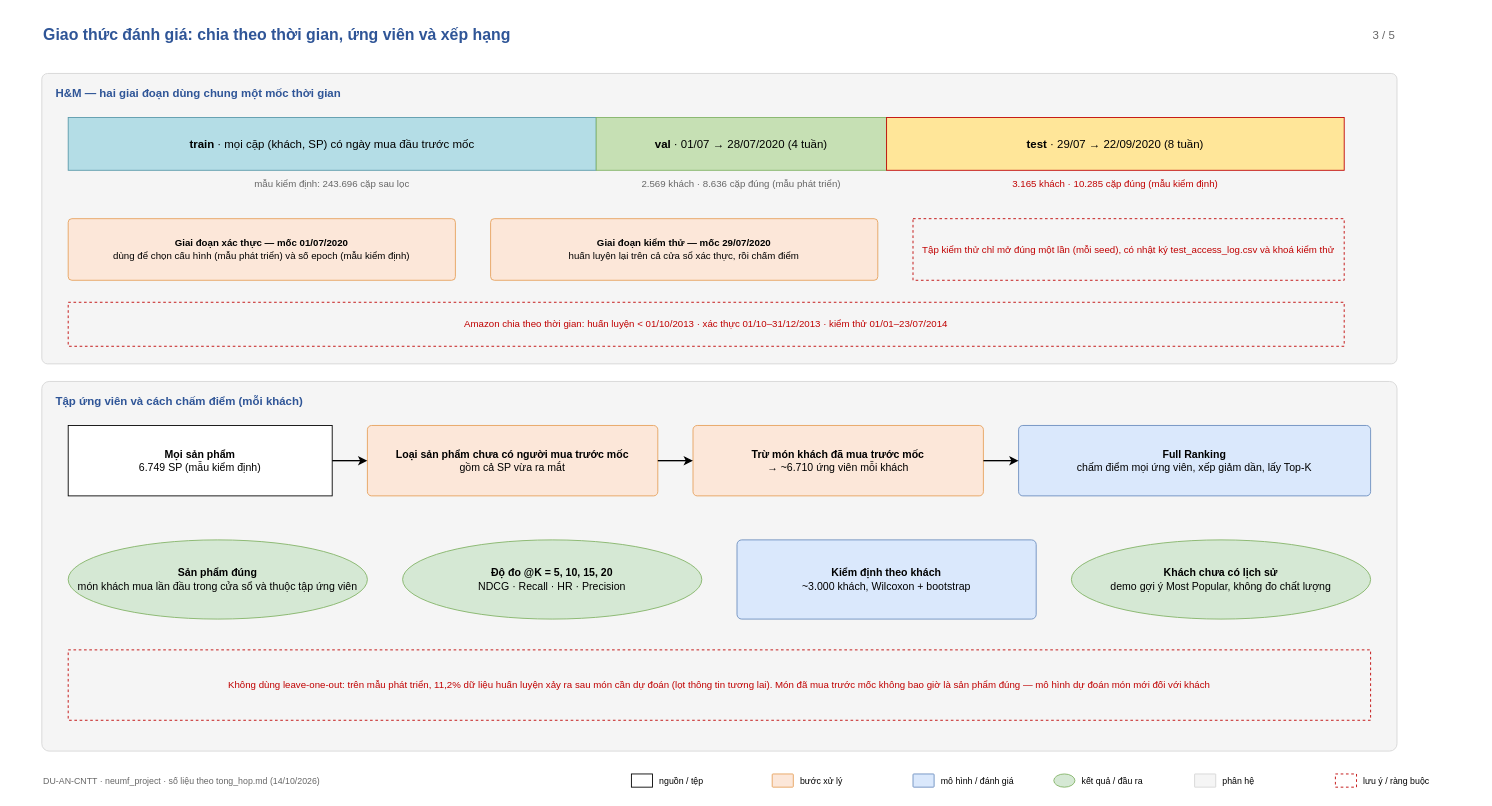
The draw.io diagram page "Chia dữ liệu theo thời gian" (3 of 5) of pipeline_neumf_5trang.drawio in sulinh3625/DU-AN-CNTT, before the edit. Source tidied: cells renumbered, new cells numbered last; positions are measured from the earlier drawing's top-left corner, leaving out a move shared by most shapes. Both pictures are drawn from the tidied source at 88%, with x=0, y=0 at pixel (41, 22).
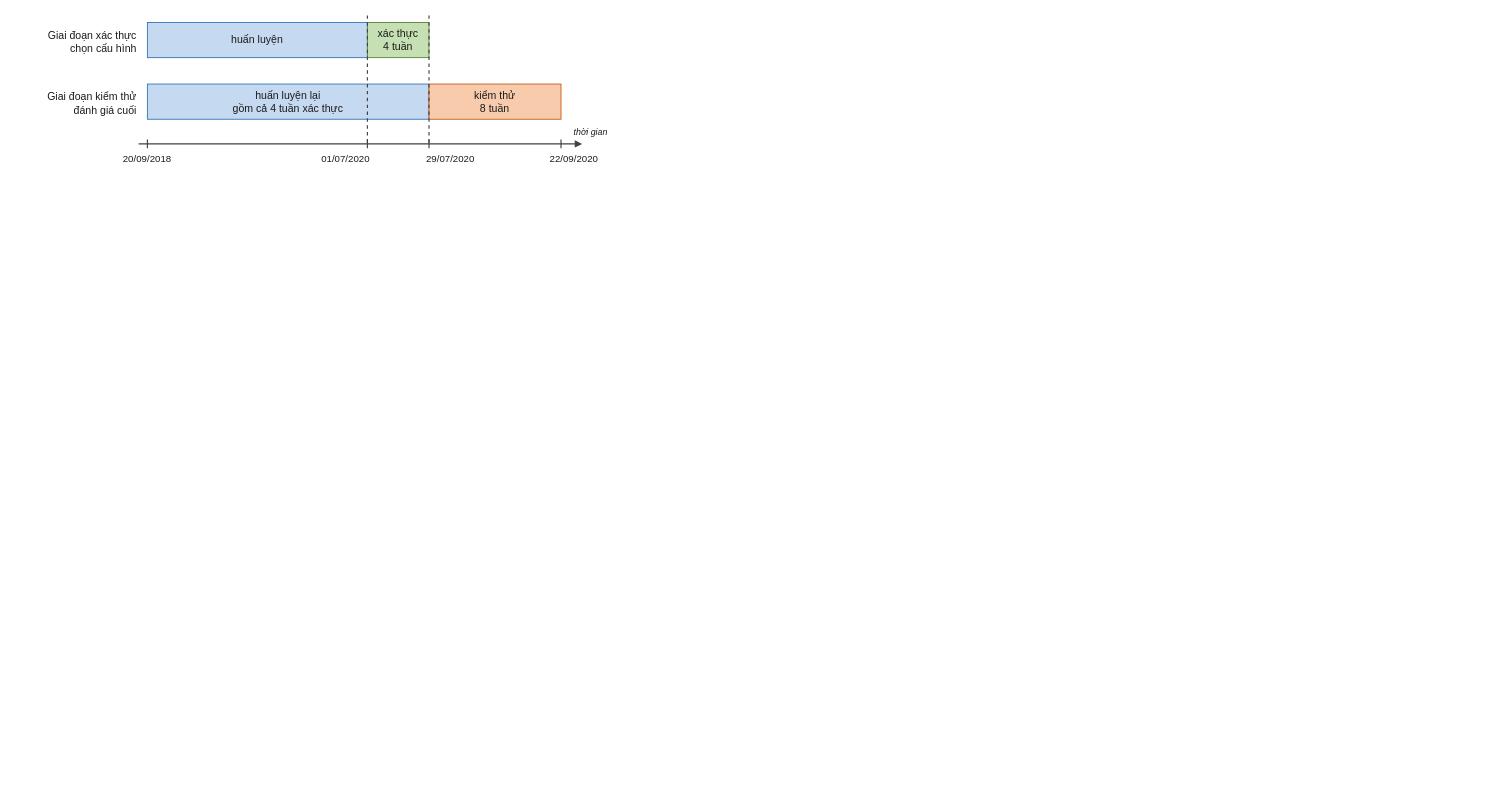
Above is the later version.

Diff of the diagram source:
```diff
@@
-<mxGraphModel background="#FFFFFF">
+<mxGraphModel>
@@
-    <mxCell id="2" value="&lt;b&gt;Giao thức đánh giá: chia theo thời gian, ứng viên và xếp hạng&lt;/b&gt;" style="fontFamily=Helvetica;html=1;whiteSpace=wrap;text;strokeColor=none;fillColor=none;verticalAlign=middle;align=left;fontSize=18;fontColor=#2F5597;" parent="1" vertex="1">
-      <mxGeometry width="1380" height="28" as="geometry" />
-    </mxCell>
-    <mxCell id="3" value="3 / 5" style="fontFamily=Helvetica;html=1;whiteSpace=wrap;text;strokeColor=none;fillColor=none;verticalAlign=middle;align=right;fontSize=13;fontColor=#666666;" parent="1" vertex="1">
-      <mxGeometry x="1420" width="120" height="28" as="geometry" />
-    </mxCell>
-    <mxCell id="4" value="DU-AN-CNTT · neumf_project · số liệu theo tong_hop.md (14/10/2026)" style="fontFamily=Helvetica;html=1;whiteSpace=wrap;text;strokeColor=none;fillColor=none;verticalAlign=middle;align=left;fontSize=10;fontColor=#666666;" parent="1" vertex="1">
-      <mxGeometry y="850" width="640" height="24" as="geometry" />
-    </mxCell>
-    <mxCell id="5" style="fontFamily=Helvetica;html=1;whiteSpace=wrap;rounded=0;fillColor=#FFFFFF;strokeColor=#000000;align=center;verticalAlign=middle;spacing=4;fontSize=12;" parent="1" vertex="1">
-      <mxGeometry x="670" y="854" width="24" height="15" as="geometry" />
-    </mxCell>
-    <mxCell id="6" value="nguồn / tệp" style="fontFamily=Helvetica;html=1;whiteSpace=wrap;text;strokeColor=none;fillColor=none;verticalAlign=middle;align=left;fontSize=10;fontColor=#000000;" parent="1" vertex="1">
-      <mxGeometry x="700" y="852" width="130" height="20" as="geometry" />
-    </mxCell>
-    <mxCell id="7" style="fontFamily=Helvetica;html=1;whiteSpace=wrap;rounded=1;arcSize=6;fillColor=#FCE7D9;strokeColor=#E6A15C;align=center;verticalAlign=middle;spacing=4;fontSize=12;" parent="1" vertex="1">
-      <mxGeometry x="830" y="854" width="24" height="15" as="geometry" />
-    </mxCell>
-    <mxCell id="8" value="bước xử lý" style="fontFamily=Helvetica;html=1;whiteSpace=wrap;text;strokeColor=none;fillColor=none;verticalAlign=middle;align=left;fontSize=10;fontColor=#000000;" parent="1" vertex="1">
-      <mxGeometry x="860" y="852" width="130" height="20" as="geometry" />
-    </mxCell>
-    <mxCell id="9" style="fontFamily=Helvetica;html=1;whiteSpace=wrap;rounded=1;arcSize=6;fillColor=#DAE8FC;strokeColor=#6C8EBF;align=center;verticalAlign=middle;spacing=4;fontSize=12;" parent="1" vertex="1">
-      <mxGeometry x="990" y="854" width="24" height="15" as="geometry" />
-    </mxCell>
-    <mxCell id="10" value="mô hình / đánh giá" style="fontFamily=Helvetica;html=1;whiteSpace=wrap;text;strokeColor=none;fillColor=none;verticalAlign=middle;align=left;fontSize=10;fontColor=#000000;" parent="1" vertex="1">
-      <mxGeometry x="1020" y="852" width="130" height="20" as="geometry" />
-    </mxCell>
-    <mxCell id="11" style="fontFamily=Helvetica;html=1;whiteSpace=wrap;shape=ellipse;perimeter=ellipsePerimeter;fillColor=#D5E8D4;strokeColor=#82B366;align=center;verticalAlign=middle;fontSize=12;" parent="1" vertex="1">
-      <mxGeometry x="1150" y="854" width="24" height="15" as="geometry" />
-    </mxCell>
-    <mxCell id="12" value="kết quả / đầu ra" style="fontFamily=Helvetica;html=1;whiteSpace=wrap;text;strokeColor=none;fillColor=none;verticalAlign=middle;align=left;fontSize=10;fontColor=#000000;" parent="1" vertex="1">
-      <mxGeometry x="1180" y="852" width="130" height="20" as="geometry" />
-    </mxCell>
-    <mxCell id="13" style="fontFamily=Helvetica;html=1;whiteSpace=wrap;rounded=1;arcSize=2;fillColor=#F5F5F5;strokeColor=#D6D6D6;fontStyle=1;fontColor=#2F5597;align=left;verticalAlign=top;spacingLeft=14;spacingTop=8;fontSize=12;" parent="1" vertex="1">
-      <mxGeometry x="1310" y="854" width="24" height="15" as="geometry" />
-    </mxCell>
-    <mxCell id="14" value="phân hệ" style="fontFamily=Helvetica;html=1;whiteSpace=wrap;text;strokeColor=none;fillColor=none;verticalAlign=middle;align=left;fontSize=10;fontColor=#000000;" parent="1" vertex="1">
-      <mxGeometry x="1340" y="852" width="130" height="20" as="geometry" />
-    </mxCell>
-    <mxCell id="15" style="fontFamily=Helvetica;html=1;whiteSpace=wrap;rounded=0;fillColor=#FFFFFF;strokeColor=#C00000;dashed=1;fillColor=none;align=center;verticalAlign=middle;spacing=4;fontSize=12;" parent="1" vertex="1">
-      <mxGeometry x="1470" y="854" width="24" height="15" as="geometry" />
-    </mxCell>
-    <mxCell id="16" value="lưu ý / ràng buộc" style="fontFamily=Helvetica;html=1;whiteSpace=wrap;text;strokeColor=none;fillColor=none;verticalAlign=middle;align=left;fontSize=10;fontColor=#000000;" parent="1" vertex="1">
-      <mxGeometry x="1500" y="852" width="130" height="20" as="geometry" />
-    </mxCell>
-    <mxCell id="17" value="H&amp;M — hai giai đoạn dùng chung một mốc thời gian" style="fontFamily=Helvetica;html=1;whiteSpace=wrap;rounded=1;arcSize=2;fillColor=#F5F5F5;strokeColor=#D6D6D6;fontStyle=1;fontColor=#2F5597;align=left;verticalAlign=top;spacingLeft=14;spacingTop=8;fontSize=13;" parent="1" vertex="1">
-      <mxGeometry y="58" width="1540" height="330" as="geometry" />
-    </mxCell>
-    <mxCell id="18" value="&lt;b&gt;train&lt;/b&gt; · mọi cặp (khách, SP) có ngày mua đầu trước mốc" style="fontFamily=Helvetica;html=1;whiteSpace=wrap;rounded=0;fillColor=#B4DDE6;strokeColor=#5A9AAA;align=center;verticalAlign=middle;fontSize=13;" parent="1" vertex="1">
-      <mxGeometry x="30" y="108" width="600" height="60" as="geometry" />
-    </mxCell>
-    <mxCell id="19" value="&lt;b&gt;val&lt;/b&gt; · 01/07 → 28/07/2020 (4 tuần)" style="fontFamily=Helvetica;html=1;whiteSpace=wrap;rounded=0;fillColor=#C6E0B4;strokeColor=#82B366;align=center;verticalAlign=middle;fontSize=13;" parent="1" vertex="1">
-      <mxGeometry x="630" y="108" width="330" height="60" as="geometry" />
-    </mxCell>
-    <mxCell id="20" value="&lt;b&gt;test&lt;/b&gt; · 29/07 → 22/09/2020 (8 tuần)" style="fontFamily=Helvetica;html=1;whiteSpace=wrap;rounded=0;fillColor=#FFE699;strokeColor=#C00000;align=center;verticalAlign=middle;fontSize=13;" parent="1" vertex="1">
-      <mxGeometry x="960" y="108" width="520" height="60" as="geometry" />
-    </mxCell>
-    <mxCell id="21" value="mẫu kiểm định: 243.696 cặp sau lọc" style="fontFamily=Helvetica;html=1;whiteSpace=wrap;text;strokeColor=none;fillColor=none;verticalAlign=middle;align=center;fontSize=11;fontColor=#666666;" parent="1" vertex="1">
-      <mxGeometry x="30" y="173" width="600" height="20" as="geometry" />
-    </mxCell>
-    <mxCell id="22" value="2.569 khách · 8.636 cặp đúng (mẫu phát triển)" style="fontFamily=Helvetica;html=1;whiteSpace=wrap;text;strokeColor=none;fillColor=none;verticalAlign=middle;align=center;fontSize=11;fontColor=#666666;" parent="1" vertex="1">
-      <mxGeometry x="630" y="173" width="330" height="20" as="geometry" />
-    </mxCell>
-    <mxCell id="23" value="3.165 khách · 10.285 cặp đúng (mẫu kiểm định)" style="fontFamily=Helvetica;html=1;whiteSpace=wrap;text;strokeColor=none;fillColor=none;verticalAlign=middle;align=center;fontSize=11;fontColor=#C00000;" parent="1" vertex="1">
-      <mxGeometry x="960" y="173" width="520" height="20" as="geometry" />
-    </mxCell>
-    <mxCell id="24" value="&lt;b&gt;Giai đoạn xác thực — mốc 01/07/2020&lt;/b&gt;&lt;br&gt;dùng để chọn cấu hình (mẫu phát triển) và số epoch (mẫu kiểm định)" style="fontFamily=Helvetica;html=1;whiteSpace=wrap;rounded=1;arcSize=6;fillColor=#FCE7D9;strokeColor=#E6A15C;align=center;verticalAlign=middle;spacing=4;fontSize=11;" parent="1" vertex="1">
-      <mxGeometry x="30" y="223" width="440" height="70" as="geometry" />
-    </mxCell>
-    <mxCell id="25" value="&lt;b&gt;Giai đoạn kiểm thử — mốc 29/07/2020&lt;/b&gt;&lt;br&gt;huấn luyện lại trên cả cửa sổ xác thực, rồi chấm điểm" style="fontFamily=Helvetica;html=1;whiteSpace=wrap;rounded=1;arcSize=6;fillColor=#FCE7D9;strokeColor=#E6A15C;align=center;verticalAlign=middle;spacing=4;fontSize=11;" parent="1" vertex="1">
-      <mxGeometry x="510" y="223" width="440" height="70" as="geometry" />
-    </mxCell>
-    <mxCell id="26" value="Tập kiểm thử chỉ mở đúng một lần (mỗi seed), có nhật ký test_access_log.csv và khoá kiểm thử" style="fontFamily=Helvetica;html=1;whiteSpace=wrap;rounded=0;fillColor=#FFFFFF;strokeColor=#C00000;dashed=1;fillColor=none;fontColor=#C00000;align=center;verticalAlign=middle;spacing=4;fontSize=11;" parent="1" vertex="1">
-      <mxGeometry x="990" y="223" width="490" height="70" as="geometry" />
-    </mxCell>
-    <mxCell id="27" value="Amazon chia theo thời gian: huấn luyện &lt; 01/10/2013 · xác thực 01/10–31/12/2013 · kiểm thử 01/01–23/07/2014" style="fontFamily=Helvetica;html=1;whiteSpace=wrap;rounded=0;fillColor=#FFFFFF;strokeColor=#C00000;dashed=1;fillColor=none;fontColor=#C00000;align=center;verticalAlign=middle;spacing=4;fontSize=11;" parent="1" vertex="1">
-      <mxGeometry x="30" y="318" width="1450" height="50" as="geometry" />
-    </mxCell>
-    <mxCell id="28" value="Tập ứng viên và cách chấm điểm (mỗi khách)" style="fontFamily=Helvetica;html=1;whiteSpace=wrap;rounded=1;arcSize=2;fillColor=#F5F5F5;strokeColor=#D6D6D6;fontStyle=1;fontColor=#2F5597;align=left;verticalAlign=top;spacingLeft=14;spacingTop=8;fontSize=13;" parent="1" vertex="1">
-      <mxGeometry y="408" width="1540" height="420" as="geometry" />
-    </mxCell>
-    <mxCell id="29" value="&lt;b&gt;Mọi sản phẩm&lt;/b&gt;&lt;br&gt;6.749 SP (mẫu kiểm định)" style="fontFamily=Helvetica;html=1;whiteSpace=wrap;rounded=0;fillColor=#FFFFFF;strokeColor=#000000;align=center;verticalAlign=middle;spacing=4;fontSize=12;" parent="1" vertex="1">
-      <mxGeometry x="30" y="458" width="300" height="80" as="geometry" />
-    </mxCell>
-    <mxCell id="30" value="&lt;b&gt;Loại sản phẩm chưa có người mua trước mốc&lt;/b&gt;&lt;br&gt;gồm cả SP vừa ra mắt" style="fontFamily=Helvetica;html=1;whiteSpace=wrap;rounded=1;arcSize=6;fillColor=#FCE7D9;strokeColor=#E6A15C;align=center;verticalAlign=middle;spacing=4;fontSize=12;" parent="1" vertex="1">
-      <mxGeometry x="370" y="458" width="330" height="80" as="geometry" />
-    </mxCell>
-    <mxCell id="31" value="&lt;b&gt;Trừ món khách đã mua trước mốc&lt;/b&gt;&lt;br&gt;→ ~6.710 ứng viên mỗi khách" style="fontFamily=Helvetica;html=1;whiteSpace=wrap;rounded=1;arcSize=6;fillColor=#FCE7D9;strokeColor=#E6A15C;align=center;verticalAlign=middle;spacing=4;fontSize=12;" parent="1" vertex="1">
-      <mxGeometry x="740" y="458" width="330" height="80" as="geometry" />
-    </mxCell>
-    <mxCell id="32" value="&lt;b&gt;Full Ranking&lt;/b&gt;&lt;br&gt;chấm điểm mọi ứng viên, xếp giảm dần, lấy Top-K" style="fontFamily=Helvetica;html=1;whiteSpace=wrap;rounded=1;arcSize=6;fillColor=#DAE8FC;strokeColor=#6C8EBF;align=center;verticalAlign=middle;spacing=4;fontSize=12;" parent="1" vertex="1">
-      <mxGeometry x="1110" y="458" width="400" height="80" as="geometry" />
-    </mxCell>
-    <mxCell id="33" style="edgeStyle=orthogonalEdgeStyle;rounded=0;html=1;endArrow=classic;endFill=1;strokeColor=#000000;strokeWidth=1.5;fontSize=11;fontFamily=Helvetica;" parent="1" edge="1" source="29" target="30">
-      <mxGeometry relative="1" as="geometry" />
-    </mxCell>
-    <mxCell id="34" style="edgeStyle=orthogonalEdgeStyle;rounded=0;html=1;endArrow=classic;endFill=1;strokeColor=#000000;strokeWidth=1.5;fontSize=11;fontFamily=Helvetica;" parent="1" edge="1" source="30" target="31">
-      <mxGeometry relative="1" as="geometry" />
-    </mxCell>
-    <mxCell id="35" style="edgeStyle=orthogonalEdgeStyle;rounded=0;html=1;endArrow=classic;endFill=1;strokeColor=#000000;strokeWidth=1.5;fontSize=11;fontFamily=Helvetica;" parent="1" edge="1" source="31" target="32">
-      <mxGeometry relative="1" as="geometry" />
-    </mxCell>
-    <mxCell id="36" value="&lt;b&gt;Sản phẩm đúng&lt;/b&gt;&lt;br&gt;món khách mua lần đầu trong cửa sổ và thuộc tập ứng viên" style="fontFamily=Helvetica;html=1;whiteSpace=wrap;shape=ellipse;perimeter=ellipsePerimeter;fillColor=#D5E8D4;strokeColor=#82B366;align=center;verticalAlign=middle;fontSize=12;" parent="1" vertex="1">
-      <mxGeometry x="30" y="588" width="340" height="90" as="geometry" />
-    </mxCell>
-    <mxCell id="37" value="&lt;b&gt;Độ đo @K = 5, 10, 15, 20&lt;/b&gt;&lt;br&gt;NDCG · Recall · HR · Precision" style="fontFamily=Helvetica;html=1;whiteSpace=wrap;shape=ellipse;perimeter=ellipsePerimeter;fillColor=#D5E8D4;strokeColor=#82B366;align=center;verticalAlign=middle;fontSize=12;" parent="1" vertex="1">
-      <mxGeometry x="410" y="588" width="340" height="90" as="geometry" />
-    </mxCell>
-    <mxCell id="38" value="&lt;b&gt;Kiểm định theo khách&lt;/b&gt;&lt;br&gt;~3.000 khách, Wilcoxon + bootstrap" style="fontFamily=Helvetica;html=1;whiteSpace=wrap;rounded=1;arcSize=6;fillColor=#DAE8FC;strokeColor=#6C8EBF;align=center;verticalAlign=middle;spacing=4;fontSize=12;" parent="1" vertex="1">
-      <mxGeometry x="790" y="588" width="340" height="90" as="geometry" />
-    </mxCell>
-    <mxCell id="39" value="&lt;b&gt;Khách chưa có lịch sử&lt;/b&gt;&lt;br&gt;demo gợi ý Most Popular, không đo chất lượng" style="fontFamily=Helvetica;html=1;whiteSpace=wrap;shape=ellipse;perimeter=ellipsePerimeter;fillColor=#D5E8D4;strokeColor=#82B366;align=center;verticalAlign=middle;fontSize=12;" parent="1" vertex="1">
-      <mxGeometry x="1170" y="588" width="340" height="90" as="geometry" />
-    </mxCell>
-    <mxCell id="40" value="Không dùng leave-one-out: trên mẫu phát triển, 11,2% dữ liệu huấn luyện xảy ra sau món cần dự đoán (lọt thông tin tương lai). Món đã mua trước mốc không bao giờ là sản phẩm đúng — mô hình dự đoán món mới đối với khách" style="fontFamily=Helvetica;html=1;whiteSpace=wrap;rounded=0;fillColor=#FFFFFF;strokeColor=#C00000;dashed=1;fillColor=none;fontColor=#C00000;align=center;verticalAlign=middle;spacing=4;fontSize=11;" parent="1" vertex="1">
-      <mxGeometry x="30" y="713" width="1480" height="80" as="geometry" />
-    </mxCell>
+    <mxCell id="41" value="Giai đoạn xác thực&lt;br&gt;chọn cấu hình" style="fontFamily=Helvetica;html=1;whiteSpace=wrap;fontColor=#1A1A1A;text;strokeColor=none;fillColor=none;align=center;verticalAlign=middle;fontSize=12;align=right;" parent="1" vertex="1">
+      <mxGeometry x="-30" width="140" height="44" as="geometry" />
+    </mxCell>
+    <mxCell id="42" value="huấn luyện" style="fontFamily=Helvetica;html=1;whiteSpace=wrap;fontColor=#1A1A1A;rounded=0;fillColor=#C5D9F1;strokeColor=#2E75B6;align=center;verticalAlign=middle;spacing=2;fontSize=12;" parent="1" vertex="1">
+      <mxGeometry x="120" width="250" height="40" as="geometry" />
+    </mxCell>
+    <mxCell id="43" value="xác thực&lt;br&gt;4 tuần" style="fontFamily=Helvetica;html=1;whiteSpace=wrap;fontColor=#1A1A1A;rounded=0;fillColor=#C6E0B4;strokeColor=#548235;align=center;verticalAlign=middle;spacing=2;fontSize=12;" parent="1" vertex="1">
+      <mxGeometry x="370" width="70" height="40" as="geometry" />
+    </mxCell>
+    <mxCell id="44" value="Giai đoạn kiểm thử&lt;br&gt;đánh giá cuối" style="fontFamily=Helvetica;html=1;whiteSpace=wrap;fontColor=#1A1A1A;text;strokeColor=none;fillColor=none;align=center;verticalAlign=middle;fontSize=12;align=right;" parent="1" vertex="1">
+      <mxGeometry x="-30" y="70" width="140" height="44" as="geometry" />
+    </mxCell>
+    <mxCell id="45" value="huấn luyện lại&lt;br&gt;gồm cả 4 tuần xác thực" style="fontFamily=Helvetica;html=1;whiteSpace=wrap;fontColor=#1A1A1A;rounded=0;fillColor=#C5D9F1;strokeColor=#2E75B6;align=center;verticalAlign=middle;spacing=2;fontSize=12;" parent="1" vertex="1">
+      <mxGeometry x="120" y="70" width="320" height="40" as="geometry" />
+    </mxCell>
+    <mxCell id="46" value="kiểm thử&lt;br&gt;8 tuần" style="fontFamily=Helvetica;html=1;whiteSpace=wrap;fontColor=#1A1A1A;rounded=0;fillColor=#F8CBAD;strokeColor=#C55A11;align=center;verticalAlign=middle;spacing=2;fontSize=12;" parent="1" vertex="1">
+      <mxGeometry x="440" y="70" width="150" height="40" as="geometry" />
+    </mxCell>
+    <mxCell id="47" style="endArrow=none;html=1;strokeColor=#404040;strokeWidth=1.3;dashed=1;" parent="1" edge="1">
+      <mxGeometry relative="1" as="geometry">
+        <mxPoint x="370" y="-8" as="sourcePoint" />
+        <mxPoint x="370" y="138" as="targetPoint" />
+      </mxGeometry>
+    </mxCell>
+    <mxCell id="48" style="endArrow=none;html=1;strokeColor=#404040;strokeWidth=1.3;dashed=1;" parent="1" edge="1">
+      <mxGeometry relative="1" as="geometry">
+        <mxPoint x="440" y="-8" as="sourcePoint" />
+        <mxPoint x="440" y="138" as="targetPoint" />
+      </mxGeometry>
+    </mxCell>
+    <mxCell id="49" style="edgeStyle=orthogonalEdgeStyle;rounded=0;html=1;endArrow=block;endFill=1;endSize=5;strokeColor=#404040;strokeWidth=1.3;fontFamily=Helvetica;" parent="1" edge="1">
+      <mxGeometry relative="1" as="geometry">
+        <mxPoint x="110" y="138" as="sourcePoint" />
+        <mxPoint x="614" y="138" as="targetPoint" />
+      </mxGeometry>
+    </mxCell>
+    <mxCell id="50" style="endArrow=none;html=1;strokeColor=#404040;strokeWidth=1.3;" parent="1" edge="1">
+      <mxGeometry relative="1" as="geometry">
+        <mxPoint x="120" y="133" as="sourcePoint" />
+        <mxPoint x="120" y="143" as="targetPoint" />
+      </mxGeometry>
+    </mxCell>
+    <mxCell id="51" style="endArrow=none;html=1;strokeColor=#404040;strokeWidth=1.3;" parent="1" edge="1">
+      <mxGeometry relative="1" as="geometry">
+        <mxPoint x="370" y="133" as="sourcePoint" />
+        <mxPoint x="370" y="143" as="targetPoint" />
+      </mxGeometry>
+    </mxCell>
+    <mxCell id="52" style="endArrow=none;html=1;strokeColor=#404040;strokeWidth=1.3;" parent="1" edge="1">
+      <mxGeometry relative="1" as="geometry">
+        <mxPoint x="440" y="133" as="sourcePoint" />
+        <mxPoint x="440" y="143" as="targetPoint" />
+      </mxGeometry>
+    </mxCell>
+    <mxCell id="53" style="endArrow=none;html=1;strokeColor=#404040;strokeWidth=1.3;" parent="1" edge="1">
+      <mxGeometry relative="1" as="geometry">
+        <mxPoint x="590" y="133" as="sourcePoint" />
+        <mxPoint x="590" y="143" as="targetPoint" />
+      </mxGeometry>
+    </mxCell>
+    <mxCell id="54" value="20/09/2018" style="fontFamily=Helvetica;html=1;whiteSpace=wrap;fontColor=#1A1A1A;text;strokeColor=none;fillColor=none;align=center;verticalAlign=middle;fontSize=11;" parent="1" vertex="1">
+      <mxGeometry x="75" y="146" width="90" height="18" as="geometry" />
+    </mxCell>
+    <mxCell id="55" value="01/07/2020" style="fontFamily=Helvetica;html=1;whiteSpace=wrap;fontColor=#1A1A1A;text;strokeColor=none;fillColor=none;align=center;verticalAlign=middle;fontSize=11;align=right;" parent="1" vertex="1">
+      <mxGeometry x="295" y="146" width="80" height="18" as="geometry" />
+    </mxCell>
+    <mxCell id="56" value="29/07/2020" style="fontFamily=Helvetica;html=1;whiteSpace=wrap;fontColor=#1A1A1A;text;strokeColor=none;fillColor=none;align=center;verticalAlign=middle;fontSize=11;align=left;" parent="1" vertex="1">
+      <mxGeometry x="435" y="146" width="80" height="18" as="geometry" />
+    </mxCell>
+    <mxCell id="57" value="22/09/2020" style="fontFamily=Helvetica;html=1;whiteSpace=wrap;fontColor=#1A1A1A;text;strokeColor=none;fillColor=none;align=center;verticalAlign=middle;fontSize=11;" parent="1" vertex="1">
+      <mxGeometry x="560" y="146" width="90" height="18" as="geometry" />
+    </mxCell>
+    <mxCell id="58" value="&lt;i&gt;thời gian&lt;/i&gt;" style="fontFamily=Helvetica;html=1;whiteSpace=wrap;fontColor=#1A1A1A;text;strokeColor=none;fillColor=none;align=center;verticalAlign=middle;fontSize=10;" parent="1" vertex="1">
+      <mxGeometry x="592" y="116" width="64" height="16" as="geometry" />
+    </mxCell>
```
